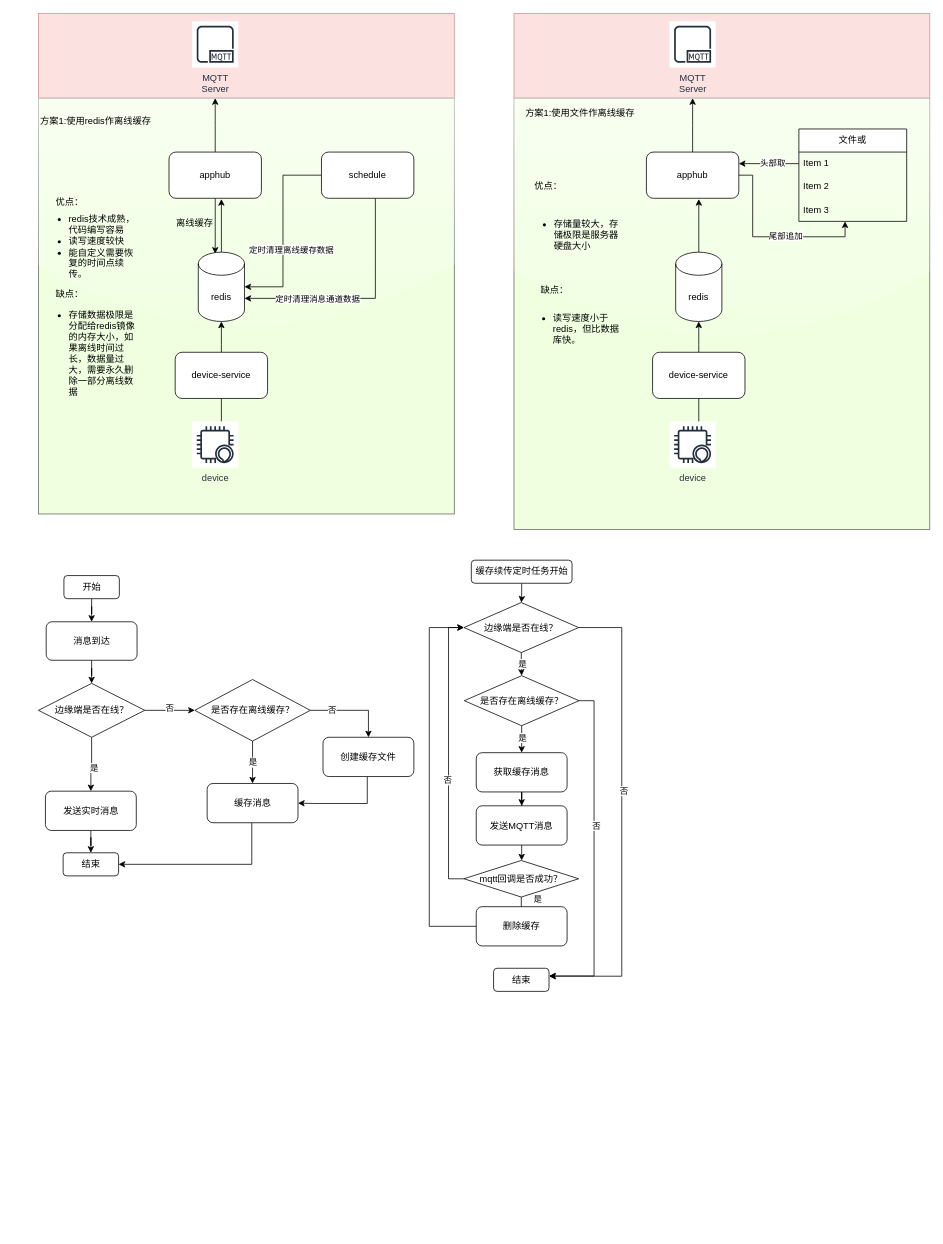
newtonguo/Architecture keeps this draw.io diagram as 断点续传.drawio. Above is the earlier version. Source tidied: cells renumbered, new cells numbered last; positions are measured from the earlier drawing's top-left corner, leaving out a move shared by most shapes. Both pictures are drawn from the tidied source at 77%, with x=0, y=0 at pixel (36, 13).
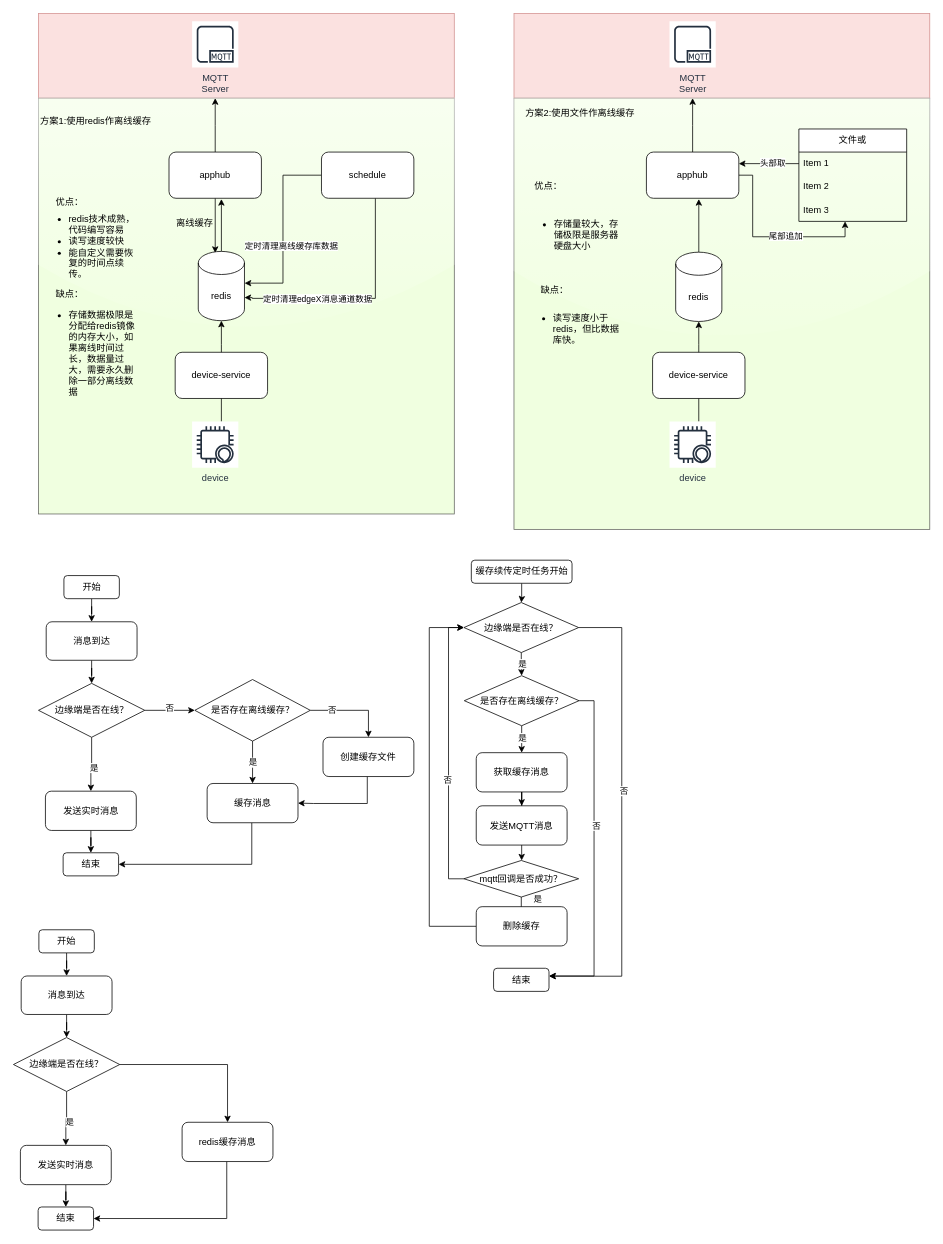
The same diagram, later.

Commit message (it also covers changes not shown here):
更新断点续传.drawio

The change refers to these unchanged cells:
```xml
<mxCell id="8" value="schedule" style="rounded=1;whiteSpace=wrap;html=1;" parent="1" vertex="1">
  <mxGeometry x="370" y="180" width="120" height="60" as="geometry" />
</mxCell>
```

Diff of the diagram source:
```diff
@@
-    <mxCell id="4" style="edgeStyle=orthogonalEdgeStyle;rounded=0;jettySize=auto;html=1;entryX=1;entryY=0.5;entryDx=0;entryDy=0;entryPerimeter=0;" parent="1" edge="1" source="8" target="13">
-      <mxGeometry relative="1" as="geometry" />
+    <mxCell id="4" style="edgeStyle=orthogonalEdgeStyle;rounded=0;jettySize=auto;html=1;entryX=1.003;entryY=0.458;entryDx=0;entryDy=0;entryPerimeter=0;" parent="1" edge="1" source="8" target="13">
+      <mxGeometry relative="1" as="geometry">
+        <Array as="points">
+          <mxPoint x="320" y="210" />
+          <mxPoint x="320" y="350" />
+          <mxPoint x="270" y="350" />
+        </Array>
+      </mxGeometry>
     </mxCell>
-    <mxCell id="5" value="定时清理离线缓存数据" style="edgeLabel;html=1;align=center;verticalAlign=middle;" parent="4" vertex="1">
+    <mxCell id="5" value="定时清理离线缓存库数据" style="edgeLabel;html=1;align=center;verticalAlign=middle;" parent="4" vertex="1">
       <mxGeometry x="0.19" relative="1" as="geometry">
-        <mxPoint x="10" as="offset" />
+        <mxPoint x="10" y="-2" as="offset" />
       </mxGeometry>
     </mxCell>
     <mxCell id="6" style="edgeStyle=orthogonalEdgeStyle;rounded=0;jettySize=auto;html=1;entryX=1;entryY=0;entryDx=0;entryDy=60;entryPerimeter=0;" parent="1" edge="1" source="8" target="13">
       <mxGeometry relative="1" as="geometry">
         <Array as="points">
           <mxPoint x="440" y="370" />
+          <mxPoint x="280" y="370" />
+          <mxPoint x="280" y="369" />
         </Array>
       </mxGeometry>
     </mxCell>
-    <mxCell id="7" value="定时清理消息通道数据" style="edgeLabel;html=1;align=center;verticalAlign=middle;" parent="6" vertex="1">
+    <mxCell id="7" value="定时清理edgeX消息通道数据" style="edgeLabel;html=1;align=center;verticalAlign=middle;" parent="6" vertex="1">
       <mxGeometry x="0.37" relative="1" as="geometry" />
     </mxCell>
@@
     <mxCell id="13" value="redis" style="shape=cylinder3;whiteSpace=wrap;html=1;boundedLbl=1;backgroundOutline=1;size=15;" parent="1" vertex="1">
-      <mxGeometry x="210" y="310" width="60" height="90" as="geometry" />
+      <mxGeometry x="210" y="309" width="60" height="90" as="geometry" />
     </mxCell>
@@
-    <mxCell id="86" value="方案1:使用文件作离线缓存" style="text;html=1;strokeColor=none;fillColor=none;align=center;verticalAlign=middle;whiteSpace=wrap;rounded=0;" parent="1" vertex="1">
+    <mxCell id="86" value="方案2:使用文件作离线缓存" style="text;html=1;strokeColor=none;fillColor=none;align=center;verticalAlign=middle;whiteSpace=wrap;rounded=0;" parent="1" vertex="1">
       <mxGeometry x="632" y="110" width="147.5" height="40" as="geometry" />
     </mxCell>
@@
+    <mxCell id="90" style="edgeStyle=orthogonalEdgeStyle;rounded=0;jettySize=auto;html=1;entryX=0.5;entryY=0;entryDx=0;entryDy=0;" parent="1" edge="1" source="91" target="95">
+      <mxGeometry relative="1" as="geometry" />
+    </mxCell>
+    <mxCell id="91" value="消息到达" style="rounded=1;whiteSpace=wrap;html=1;" parent="1" vertex="1">
+      <mxGeometry x="-20" y="1250" width="118" height="50" as="geometry" />
+    </mxCell>
+    <mxCell id="92" style="edgeStyle=orthogonalEdgeStyle;rounded=0;jettySize=auto;html=1;entryX=0.5;entryY=0;entryDx=0;entryDy=0;" parent="1" edge="1" source="95" target="97">
+      <mxGeometry relative="1" as="geometry" />
+    </mxCell>
+    <mxCell id="93" value="是" style="edgeLabel;html=1;align=center;verticalAlign=middle;" parent="92" vertex="1">
+      <mxGeometry x="0.14" y="-2" relative="1" as="geometry">
+        <mxPoint x="6" as="offset" />
+      </mxGeometry>
+    </mxCell>
+    <mxCell id="94" style="edgeStyle=orthogonalEdgeStyle;rounded=0;jettySize=auto;html=1;entryX=0.5;entryY=0;entryDx=0;entryDy=0;" parent="1" edge="1" source="95" target="102">
+      <mxGeometry relative="1" as="geometry" />
+    </mxCell>
+    <mxCell id="95" value="边缘端是否在线？" style="rhombus;whiteSpace=wrap;html=1;" parent="1" vertex="1">
+      <mxGeometry x="-30" y="1330" width="138" height="70" as="geometry" />
+    </mxCell>
+    <mxCell id="96" style="edgeStyle=orthogonalEdgeStyle;rounded=0;jettySize=auto;html=1;entryX=0.5;entryY=0;entryDx=0;entryDy=0;" parent="1" edge="1" source="97" target="98">
+      <mxGeometry relative="1" as="geometry" />
+    </mxCell>
+    <mxCell id="97" value="发送实时消息" style="rounded=1;whiteSpace=wrap;html=1;" parent="1" vertex="1">
+      <mxGeometry x="-21" y="1470" width="118" height="51" as="geometry" />
+    </mxCell>
+    <mxCell id="98" value="结束" style="rounded=1;whiteSpace=wrap;html=1;" parent="1" vertex="1">
+      <mxGeometry x="2" y="1550" width="72" height="30" as="geometry" />
+    </mxCell>
+    <mxCell id="99" style="edgeStyle=orthogonalEdgeStyle;rounded=0;jettySize=auto;html=1;entryX=0.5;entryY=0;entryDx=0;entryDy=0;" parent="1" edge="1" source="100" target="91">
+      <mxGeometry relative="1" as="geometry" />
+    </mxCell>
+    <mxCell id="100" value="开始" style="rounded=1;whiteSpace=wrap;html=1;" parent="1" vertex="1">
+      <mxGeometry x="3" y="1190" width="72" height="30" as="geometry" />
+    </mxCell>
+    <mxCell id="101" style="edgeStyle=orthogonalEdgeStyle;rounded=0;jettySize=auto;html=1;entryX=1;entryY=0.5;entryDx=0;entryDy=0;" parent="1" edge="1" source="102" target="98">
+      <mxGeometry relative="1" as="geometry">
+        <Array as="points">
+          <mxPoint x="247" y="1565" />
+        </Array>
+      </mxGeometry>
+    </mxCell>
+    <mxCell id="102" value="redis缓存消息" style="rounded=1;whiteSpace=wrap;html=1;" parent="1" vertex="1">
+      <mxGeometry x="189" y="1440" width="118" height="51" as="geometry" />
+    </mxCell>
```
